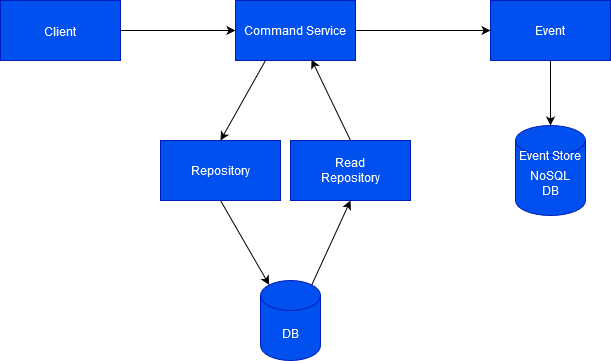
The draw.io diagram DesignDiagram.png in mustafas18/TeachingPlatform, before a commit. Source tidied: cells renumbered, new cells last; positions are measured from the earlier drawing's top-left corner, leaving out a move shared by most shapes. The source it was exported from:
```xml
<mxGraphModel>
  <root>
    <mxCell id="0" />
    <mxCell id="1" parent="0" />
    <mxCell id="2" value="&lt;font style=&quot;font-size: 17px;&quot;&gt;&lt;font style=&quot;font-size: 17px;&quot;&gt;&lt;font style=&quot;font-size: 17px;&quot;&gt;&lt;font style=&quot;font-size: 17px;&quot;&gt;&lt;font style=&quot;font-size: 17px;&quot;&gt;&lt;font style=&quot;font-size: 17px;&quot;&gt;&lt;font style=&quot;font-size: 17px;&quot;&gt;&lt;font style=&quot;font-size: 16px;&quot;&gt;&lt;font style=&quot;font-size: 15px;&quot;&gt;&lt;font style=&quot;font-size: 14px;&quot;&gt;&lt;font style=&quot;font-size: 13px;&quot;&gt;&lt;font style=&quot;font-size: 12px;&quot;&gt;Client&lt;/font&gt;&lt;/font&gt;&lt;/font&gt;&lt;/font&gt;&lt;/font&gt;&lt;/font&gt;&lt;/font&gt;&lt;/font&gt;&lt;/font&gt;&lt;/font&gt;&lt;/font&gt;&lt;/font&gt;" style="rounded=0;whiteSpace=wrap;html=1;fillColor=#0050ef;fontColor=#ffffff;strokeColor=#001DBC;" parent="1" vertex="1">
      <mxGeometry width="120" height="60" as="geometry" />
    </mxCell>
    <mxCell id="3" value="Command Service" style="rounded=0;whiteSpace=wrap;html=1;fillColor=#0050ef;fontColor=#ffffff;strokeColor=#001DBC;" parent="1" vertex="1">
      <mxGeometry x="235" width="120" height="60" as="geometry" />
    </mxCell>
    <mxCell id="4" value="&lt;div&gt;Read&lt;/div&gt;&lt;div&gt;Repository&lt;/div&gt;" style="rounded=0;whiteSpace=wrap;html=1;fillColor=#0050ef;fontColor=#ffffff;strokeColor=#001DBC;" parent="1" vertex="1">
      <mxGeometry x="290" y="140" width="120" height="60" as="geometry" />
    </mxCell>
    <mxCell id="5" style="endArrow=classic;html=1;rounded=0;entryX=0;entryY=0.5;entryDx=0;entryDy=0;" parent="1" edge="1" source="2" target="3">
      <mxGeometry relative="1" as="geometry" />
    </mxCell>
    <mxCell id="6" value="Event" style="rounded=0;whiteSpace=wrap;html=1;fillColor=#0050ef;fontColor=#ffffff;strokeColor=#001DBC;" parent="1" vertex="1">
      <mxGeometry x="490" width="120" height="60" as="geometry" />
    </mxCell>
    <mxCell id="7" style="endArrow=classic;html=1;rounded=0;entryX=0;entryY=0.5;entryDx=0;entryDy=0;" parent="1" edge="1" source="3" target="6">
      <mxGeometry relative="1" as="geometry" />
    </mxCell>
    <mxCell id="8" value="DB" style="shape=cylinder3;whiteSpace=wrap;html=1;boundedLbl=1;backgroundOutline=1;size=15;fillColor=#0050ef;fontColor=#ffffff;strokeColor=#001DBC;" parent="1" vertex="1">
      <mxGeometry x="260" y="280" width="60" height="80" as="geometry" />
    </mxCell>
    <mxCell id="9" style="endArrow=classic;html=1;rounded=0;entryX=0.5;entryY=1;entryDx=0;entryDy=0;exitX=0.855;exitY=0;exitDx=0;exitDy=4.35;exitPerimeter=0;" parent="1" edge="1" source="8" target="4">
      <mxGeometry relative="1" as="geometry" />
    </mxCell>
    <mxCell id="10" style="endArrow=classic;html=1;rounded=0;entryX=0.145;entryY=0;entryDx=0;entryDy=4.35;entryPerimeter=0;exitX=0.5;exitY=1;exitDx=0;exitDy=0;" parent="1" edge="1" source="11" target="8">
      <mxGeometry relative="1" as="geometry" />
    </mxCell>
    <mxCell id="11" value="Repository" style="rounded=0;whiteSpace=wrap;html=1;fillColor=#0050ef;fontColor=#ffffff;strokeColor=#001DBC;" parent="1" vertex="1">
      <mxGeometry x="160" y="140" width="120" height="60" as="geometry" />
    </mxCell>
    <mxCell id="12" style="endArrow=classic;html=1;rounded=0;exitX=0.5;exitY=0;exitDx=0;exitDy=0;entryX=0.633;entryY=0.983;entryDx=0;entryDy=0;entryPerimeter=0;" parent="1" edge="1" source="4" target="3">
      <mxGeometry relative="1" as="geometry" />
    </mxCell>
    <mxCell id="13" style="endArrow=classic;html=1;rounded=0;exitX=0.25;exitY=1;exitDx=0;exitDy=0;entryX=0.5;entryY=0;entryDx=0;entryDy=0;" parent="1" edge="1" source="3" target="11">
      <mxGeometry relative="1" as="geometry" />
    </mxCell>
    <mxCell id="14" value="&lt;div&gt;NoSQL&lt;/div&gt;&lt;div&gt;DB&lt;/div&gt;" style="shape=cylinder3;whiteSpace=wrap;html=1;boundedLbl=1;backgroundOutline=1;size=15;fillColor=#0050ef;fontColor=#ffffff;strokeColor=#001DBC;" parent="1" vertex="1">
      <mxGeometry x="515" y="125" width="70" height="90" as="geometry" />
    </mxCell>
    <mxCell id="15" style="endArrow=classic;html=1;rounded=0;entryX=0.5;entryY=0;entryDx=0;entryDy=0;entryPerimeter=0;" parent="1" edge="1" source="6" target="14">
      <mxGeometry relative="1" as="geometry" />
    </mxCell>
    <mxCell id="16" value="&lt;font color=&quot;#FFFFFF&quot;&gt;Event Store&lt;/font&gt;" style="text;html=1;strokeColor=none;fillColor=none;align=center;verticalAlign=middle;whiteSpace=wrap;rounded=0;" parent="1" vertex="1">
      <mxGeometry x="515" y="140" width="70" height="30" as="geometry" />
    </mxCell>
  </root>
</mxGraphModel>
```
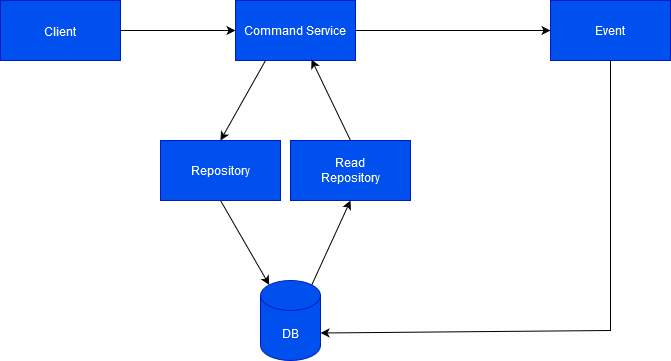
Later version of the same file.

Change to the diagram source:
```diff
@@ -15,7 +15,7 @@
       <mxGeometry relative="1" as="geometry" />
     </mxCell>
     <mxCell id="6" value="Event" style="rounded=0;whiteSpace=wrap;html=1;fillColor=#0050ef;fontColor=#ffffff;strokeColor=#001DBC;" parent="1" vertex="1">
-      <mxGeometry x="490" width="120" height="60" as="geometry" />
+      <mxGeometry x="550" width="120" height="60" as="geometry" />
     </mxCell>
     <mxCell id="7" style="endArrow=classic;html=1;rounded=0;entryX=0;entryY=0.5;entryDx=0;entryDy=0;" parent="1" edge="1" source="3" target="6">
       <mxGeometry relative="1" as="geometry" />
@@ -38,11 +38,12 @@
     <mxCell id="13" style="endArrow=classic;html=1;rounded=0;exitX=0.25;exitY=1;exitDx=0;exitDy=0;entryX=0.5;entryY=0;entryDx=0;entryDy=0;" parent="1" edge="1" source="3" target="11">
       <mxGeometry relative="1" as="geometry" />
     </mxCell>
-    <mxCell id="14" value="&lt;div&gt;NoSQL&lt;/div&gt;&lt;div&gt;DB&lt;/div&gt;" style="shape=cylinder3;whiteSpace=wrap;html=1;boundedLbl=1;backgroundOutline=1;size=15;fillColor=#0050ef;fontColor=#ffffff;strokeColor=#001DBC;" parent="1" vertex="1">
-      <mxGeometry x="515" y="125" width="70" height="90" as="geometry" />
-    </mxCell>
-    <mxCell id="15" style="endArrow=classic;html=1;rounded=0;entryX=0.5;entryY=0;entryDx=0;entryDy=0;entryPerimeter=0;" parent="1" edge="1" source="6" target="14">
-      <mxGeometry relative="1" as="geometry" />
+    <mxCell id="15" style="endArrow=classic;html=1;rounded=0;entryX=1;entryY=0;entryDx=0;entryDy=52.5;entryPerimeter=0;exitX=0.5;exitY=1;exitDx=0;exitDy=0;" parent="1" edge="1" source="6" target="8">
+      <mxGeometry relative="1" as="geometry">
+        <Array as="points">
+          <mxPoint x="610" y="330" />
+        </Array>
+      </mxGeometry>
     </mxCell>
     <mxCell id="16" value="&lt;font color=&quot;#FFFFFF&quot;&gt;Event Store&lt;/font&gt;" style="text;html=1;strokeColor=none;fillColor=none;align=center;verticalAlign=middle;whiteSpace=wrap;rounded=0;" parent="1" vertex="1">
       <mxGeometry x="515" y="140" width="70" height="30" as="geometry" />
```
